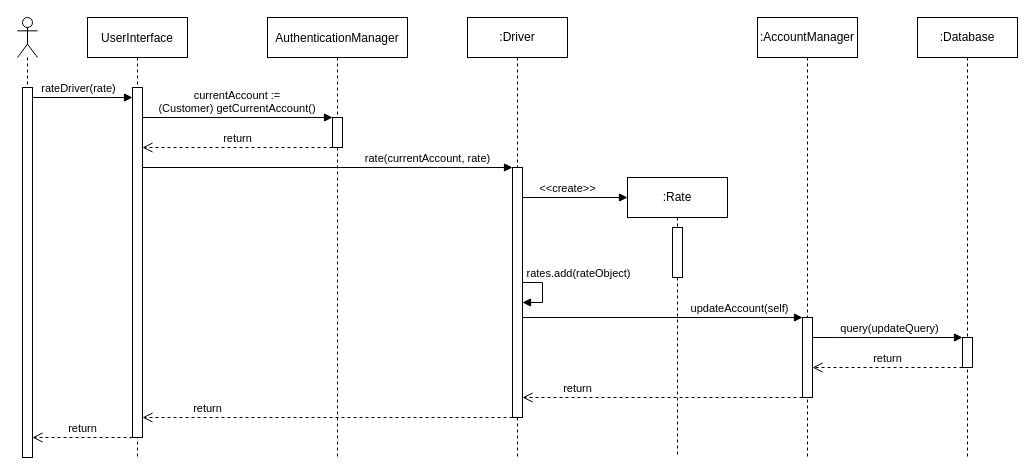
KareemMAX/CarApp keeps this draw.io diagram as diagrams/driver_rating_sequence_diagram.drawio. Above is the earlier version. Source tidied: cells renumbered, new cells numbered last; positions are measured from the earlier drawing's top-left corner, leaving out a move shared by most shapes. Both pictures are drawn from the tidied source at 100%, with x=0, y=0 at pixel (17, 17).
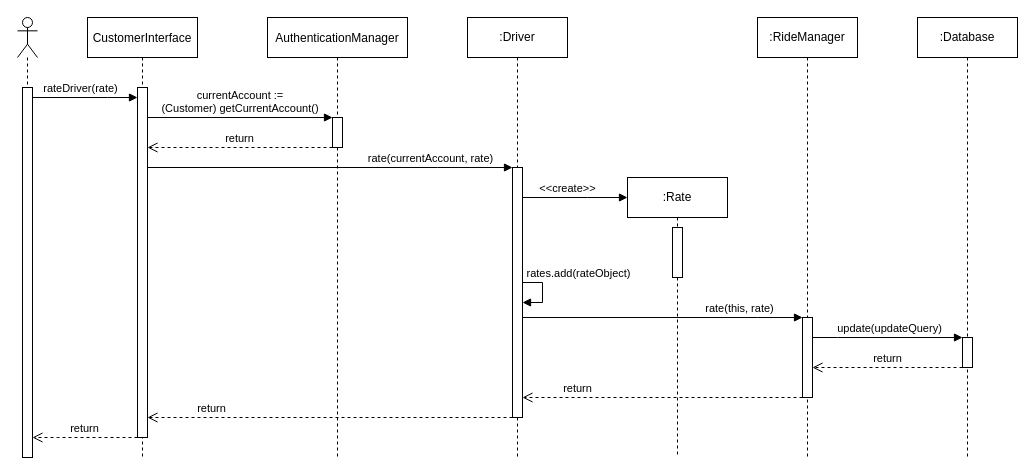
After the change.

Commit message (it also covers changes not shown here):
Updated UML sequence diagrams

Unchanged cells that the change refers to:
```xml
<mxCell id="25" style="edgeStyle=elbowEdgeStyle;rounded=0;sketch=0;jettySize=auto;elbow=vertical;html=1;labelBackgroundColor=none;endArrow=block;endFill=1;" parent="1" edge="1" source="16" target="24">
  <mxGeometry relative="1" as="geometry">
    <Array as="points">
      <mxPoint x="740" y="300" />
    </Array>
  </mxGeometry>
</mxCell>
<mxCell id="29" style="edgeStyle=elbowEdgeStyle;rounded=0;sketch=0;jettySize=auto;elbow=vertical;html=1;labelBackgroundColor=none;endArrow=block;endFill=1;" parent="1" edge="1" source="24" target="28">
  <mxGeometry relative="1" as="geometry">
    <Array as="points">
      <mxPoint x="820" y="320" />
    </Array>
  </mxGeometry>
</mxCell>
```

What changed in the source:
```diff
@@
-    <mxCell id="2" value="UserInterface" style="shape=umlLifeline;perimeter=lifelinePerimeter;rounded=0;shadow=0;strokeWidth=1;" parent="1" vertex="1">
-      <mxGeometry x="70" width="100" height="440" as="geometry" />
+    <mxCell id="2" value="CustomerInterface" style="shape=umlLifeline;perimeter=lifelinePerimeter;rounded=0;shadow=0;strokeWidth=1;" parent="1" vertex="1">
+      <mxGeometry x="70" width="110" height="440" as="geometry" />
     </mxCell>
     <mxCell id="3" style="points=[];perimeter=orthogonalPerimeter;rounded=0;shadow=0;strokeWidth=1;" parent="2" vertex="1">
-      <mxGeometry x="45" y="70" width="10" height="350" as="geometry" />
+      <mxGeometry x="50" y="70" width="10" height="350" as="geometry" />
     </mxCell>
@@
-    <mxCell id="23" value=":AccountManager" style="shape=umlLifeline;perimeter=lifelinePerimeter;whiteSpace=wrap;html=1;rounded=0;sketch=0;" parent="1" vertex="1">
+    <mxCell id="23" value=":RideManager" style="shape=umlLifeline;perimeter=lifelinePerimeter;whiteSpace=wrap;html=1;rounded=0;sketch=0;" parent="1" vertex="1">
       <mxGeometry x="740" width="100" height="440" as="geometry" />
     </mxCell>
@@
-    <mxCell id="26" value="updateAccount(self)" style="edgeLabel;html=1;align=center;verticalAlign=middle;" parent="25" vertex="1">
+    <mxCell id="26" value="rate(this, rate)" style="edgeLabel;html=1;align=center;verticalAlign=middle;" parent="25" vertex="1">
       <mxGeometry x="0.24" y="1" relative="1" as="geometry">
         <mxPoint x="42" y="-9" as="offset" />
       </mxGeometry>
     </mxCell>
@@
-    <mxCell id="30" value="query(updateQuery)" style="edgeLabel;html=1;align=center;verticalAlign=middle;" parent="29" vertex="1">
+    <mxCell id="30" value="update(updateQuery)" style="edgeLabel;html=1;align=center;verticalAlign=middle;" parent="29" vertex="1">
       <mxGeometry x="0.17" y="-1" relative="1" as="geometry">
         <mxPoint x="-12" y="-11" as="offset" />
       </mxGeometry>
     </mxCell>
```
